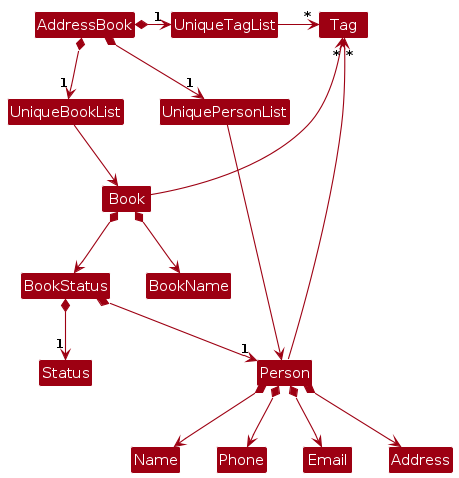
Earlier version of the PlantUML export diagrams/BetterModelClassDiagram.png (AY2425S2-CS2103T-W13-3/tp). Its source is kept beside it as diagrams/BetterModelClassDiagram.puml. The source it was exported from:
```plantuml
@startuml
!include style.puml
skinparam arrowThickness 1.1
skinparam arrowColor MODEL_COLOR
skinparam classBackgroundColor MODEL_COLOR

AddressBook *-right-> "1" UniquePersonList
AddressBook *-right-> "1" UniqueTagList
AddressBook *-down-> "1" UniqueBookList
UniqueTagList -[hidden]down- UniquePersonList
UniqueTagList -[hidden]down- UniquePersonList

UniqueTagList -right-> "*" Tag
UniquePersonList -right-> Person
UniqueBookList -down-> Book

Person -up-> "*" Tag
Book -up-> "*" Tag

Person *--> Name
Person *--> Phone
Person *--> Email
Person *--> Address

Book *--> BookName
Book *--> BookStatus

BookStatus *--> "1" Status
BookStatus *--> "1" Person

@enduml
```
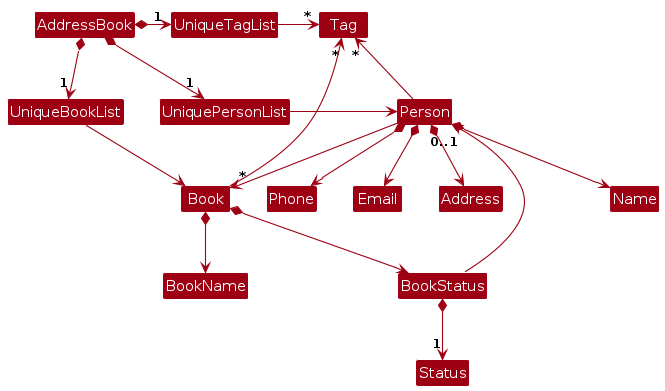
After the change.

The edit, as a diff of the source:
```diff
@@ -21,11 +21,13 @@
 Person *--> Phone
 Person *--> Email
 Person *--> Address
+Person --> "*" Book
+
 
 Book *--> BookName
 Book *--> BookStatus
 
 BookStatus *--> "1" Status
-BookStatus *--> "1" Person
+BookStatus --> "0..1" Person
 
 @enduml
```
